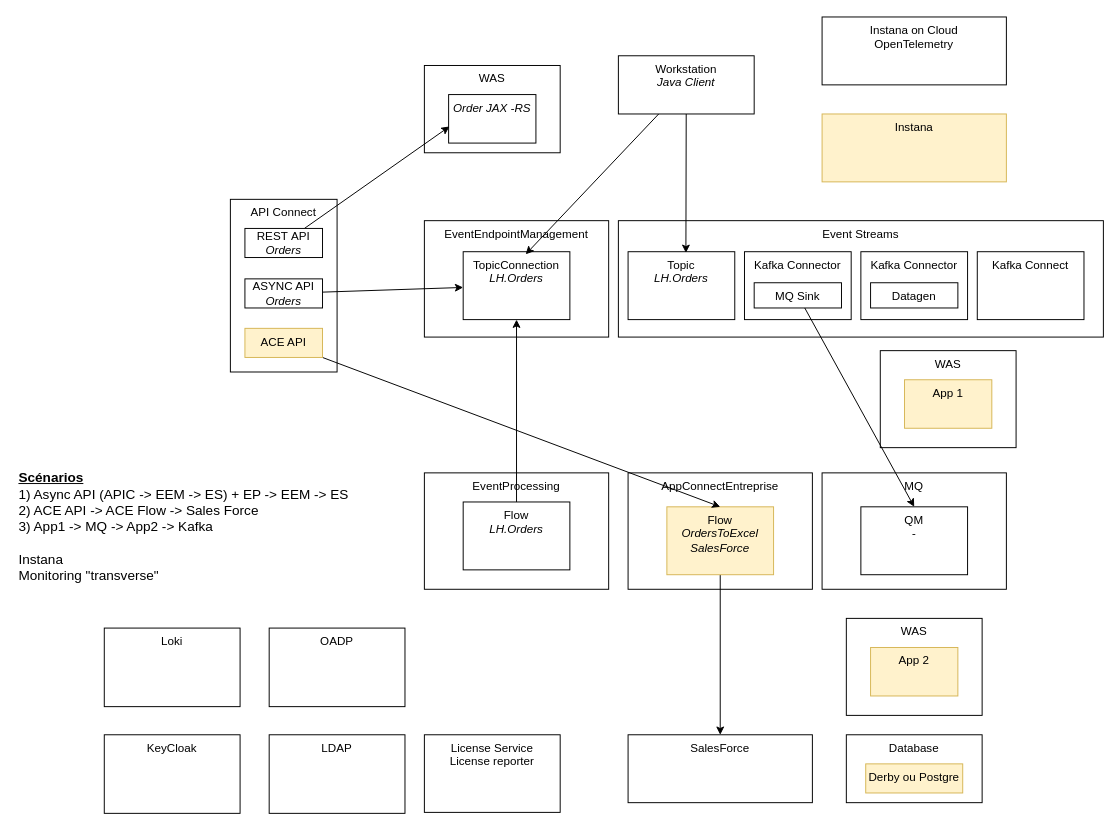
Earlier version of the draw.io diagram page "Architecture" (4 of 13) of doc/design.drawio (ADesprets/cp4i-install). Source tidied: cells renumbered, new cells numbered last; positions are measured from the earlier drawing's top-left corner, leaving out a move shared by most shapes. Both pictures are drawn from the tidied source at 97%, with x=0, y=0 at pixel (16, 16).
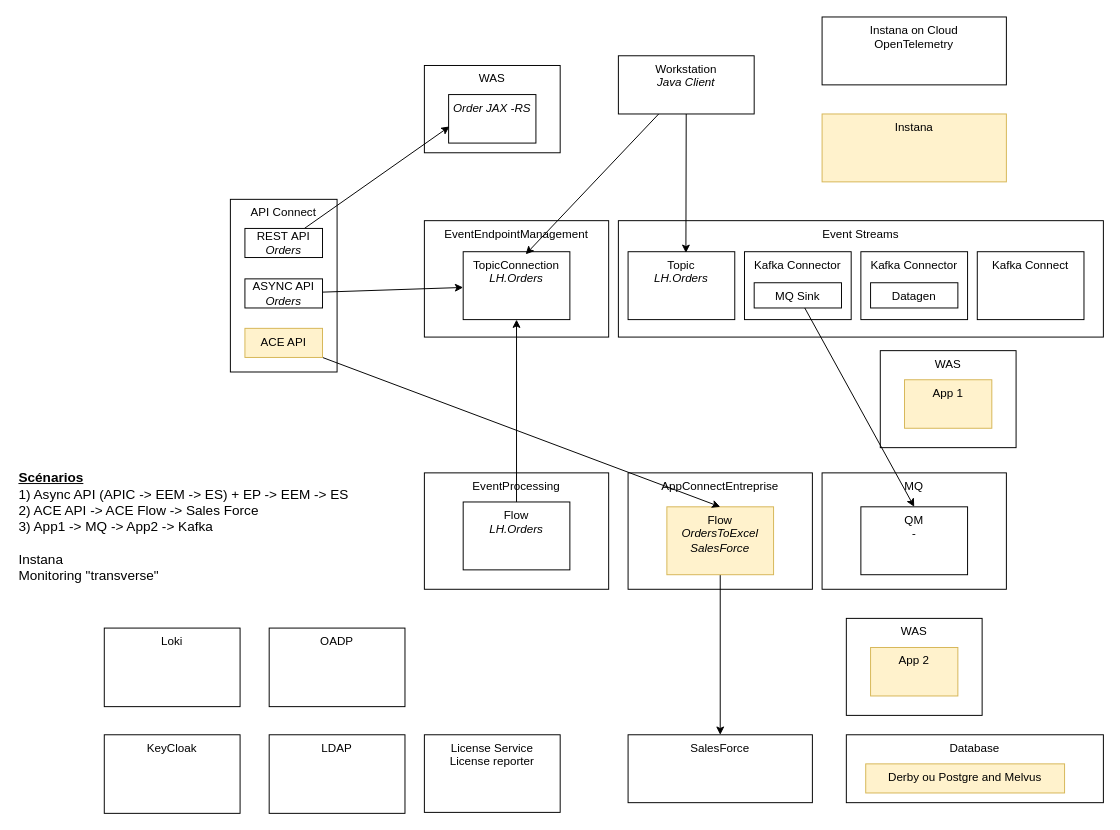
After the change.

What changed in the source:
```diff
@@
     <mxCell id="23" value="Database" style="rounded=0;whiteSpace=wrap;html=1;verticalAlign=top;fillColor=default;strokeColor=default;align=center;fontFamily=Helvetica;fontSize=12;fontColor=default;" parent="1" vertex="1">
-      <mxGeometry x="855" y="740" width="140" height="70" as="geometry" />
+      <mxGeometry x="855" y="740" width="265" height="70" as="geometry" />
     </mxCell>
@@
-    <mxCell id="33" value="Derby ou Postgre" style="rounded=0;whiteSpace=wrap;html=1;verticalAlign=top;fillColor=#fff2cc;strokeColor=#d6b656;align=center;fontFamily=Helvetica;fontSize=12;" parent="1" vertex="1">
-      <mxGeometry x="875" y="770" width="100" height="30" as="geometry" />
+    <mxCell id="33" value="Derby ou Postgre and Melvus" style="rounded=0;whiteSpace=wrap;html=1;verticalAlign=top;fillColor=#fff2cc;strokeColor=#d6b656;align=center;fontFamily=Helvetica;fontSize=12;" parent="1" vertex="1">
+      <mxGeometry x="875" y="770" width="205" height="30" as="geometry" />
     </mxCell>
```
